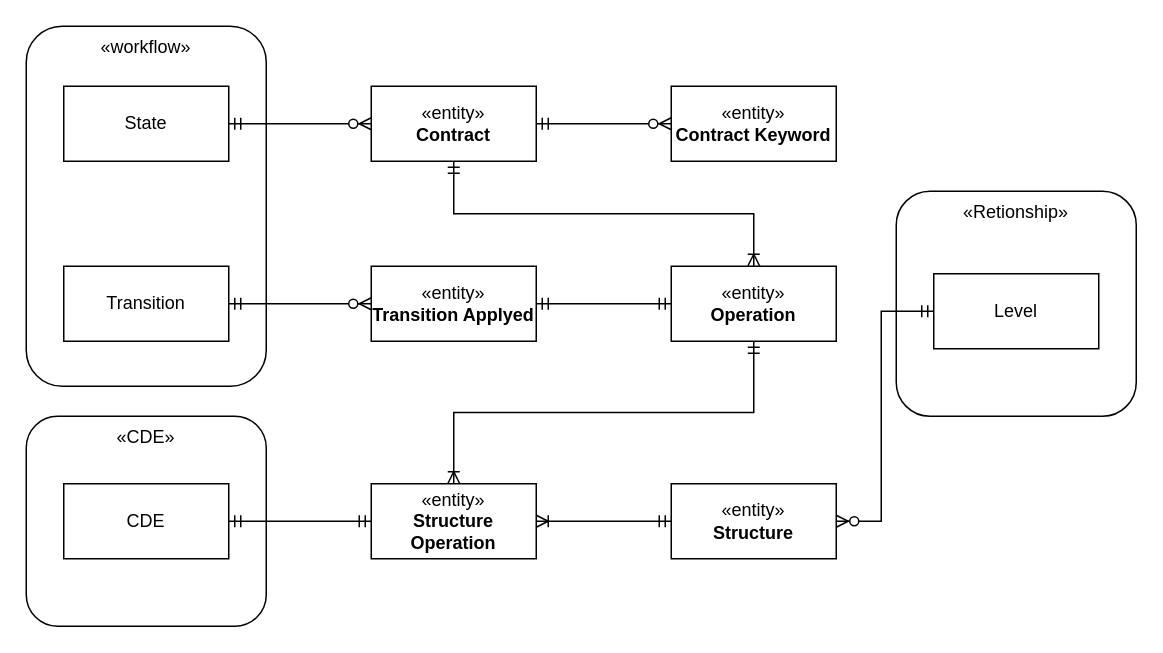
This is page "Página-3" (3 of 4) of event.drawio from saman-core/docs, a draw.io file, before an edit. Source tidied: cells renumbered, new cells numbered last; positions are measured from the earlier drawing's top-left corner, leaving out a move shared by most shapes. Both pictures are drawn from the tidied source at 150%, with x=0, y=0 at pixel (26, 26).
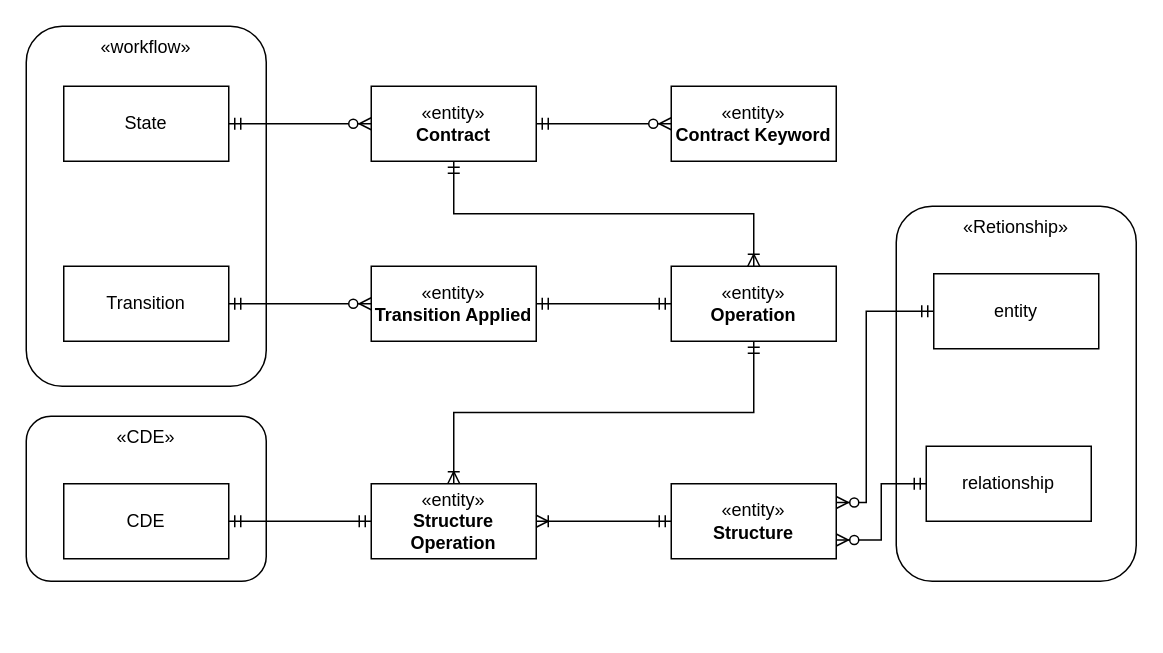
The same page after the edit.

The change refers to these unchanged cells:
```xml
<mxCell id="8" value="«entity»&lt;br&gt;&lt;b&gt;Structure&lt;/b&gt;" style="html=1;whiteSpace=wrap;" parent="1" vertex="1">
  <mxGeometry x="430" y="305" width="110" height="50" as="geometry" />
</mxCell>
```

Diff of the diagram source:
```diff
@@
     <mxCell id="2" value="«CDE»" style="rounded=1;whiteSpace=wrap;html=1;verticalAlign=top;" parent="1" vertex="1">
-      <mxGeometry y="260" width="160" height="140" as="geometry" />
+      <mxGeometry y="260" width="160" height="110" as="geometry" />
     </mxCell>
     <mxCell id="3" value="«Retionship»" style="rounded=1;whiteSpace=wrap;html=1;verticalAlign=top;" parent="1" vertex="1">
-      <mxGeometry x="580" y="110" width="160" height="150" as="geometry" />
+      <mxGeometry x="580" y="120" width="160" height="250" as="geometry" />
     </mxCell>
@@
-    <mxCell id="10" value="«entity»&lt;br&gt;&lt;b&gt;Transition Applyed&lt;/b&gt;" style="html=1;whiteSpace=wrap;" parent="1" vertex="1">
+    <mxCell id="10" value="«entity»&lt;br&gt;&lt;b&gt;Transition Applied&lt;/b&gt;" style="html=1;whiteSpace=wrap;" parent="1" vertex="1">
       <mxGeometry x="230" y="160" width="110" height="50" as="geometry" />
     </mxCell>
@@
-    <mxCell id="20" value="Level" style="html=1;whiteSpace=wrap;" parent="1" vertex="1">
+    <mxCell id="20" value="entity" style="html=1;whiteSpace=wrap;" parent="1" vertex="1">
       <mxGeometry x="605" y="165" width="110" height="50" as="geometry" />
     </mxCell>
@@
-    <mxCell id="23" style="edgeStyle=orthogonalEdgeStyle;fontSize=12;html=1;endArrow=ERzeroToMany;startArrow=ERmandOne;rounded=0;entryX=1;entryY=0.5;entryDx=0;entryDy=0;exitX=0;exitY=0.5;exitDx=0;exitDy=0;" parent="1" edge="1" source="20" target="8">
+    <mxCell id="23" style="edgeStyle=orthogonalEdgeStyle;fontSize=12;html=1;endArrow=ERzeroToMany;startArrow=ERmandOne;rounded=0;entryX=1;entryY=0.25;entryDx=0;entryDy=0;exitX=0;exitY=0.5;exitDx=0;exitDy=0;" parent="1" edge="1" source="20" target="8">
       <mxGeometry relative="1" as="geometry">
         <Array as="points">
-          <mxPoint x="570" y="190" />
-          <mxPoint x="570" y="330" />
+          <mxPoint x="560" y="190" />
+          <mxPoint x="560" y="318" />
+          <mxPoint x="540" y="318" />
         </Array>
       </mxGeometry>
     </mxCell>
+    <mxCell id="24" value="relationship" style="html=1;whiteSpace=wrap;" parent="1" vertex="1">
+      <mxGeometry x="600" y="280" width="110" height="50" as="geometry" />
+    </mxCell>
+    <mxCell id="25" style="edgeStyle=orthogonalEdgeStyle;fontSize=12;html=1;endArrow=ERzeroToMany;startArrow=ERmandOne;rounded=0;entryX=1;entryY=0.75;entryDx=0;entryDy=0;exitX=0;exitY=0.5;exitDx=0;exitDy=0;" parent="1" edge="1" source="24" target="8">
+      <mxGeometry relative="1" as="geometry">
+        <Array as="points">
+          <mxPoint x="570" y="305" />
+          <mxPoint x="570" y="343" />
+        </Array>
+      </mxGeometry>
+    </mxCell>
```
